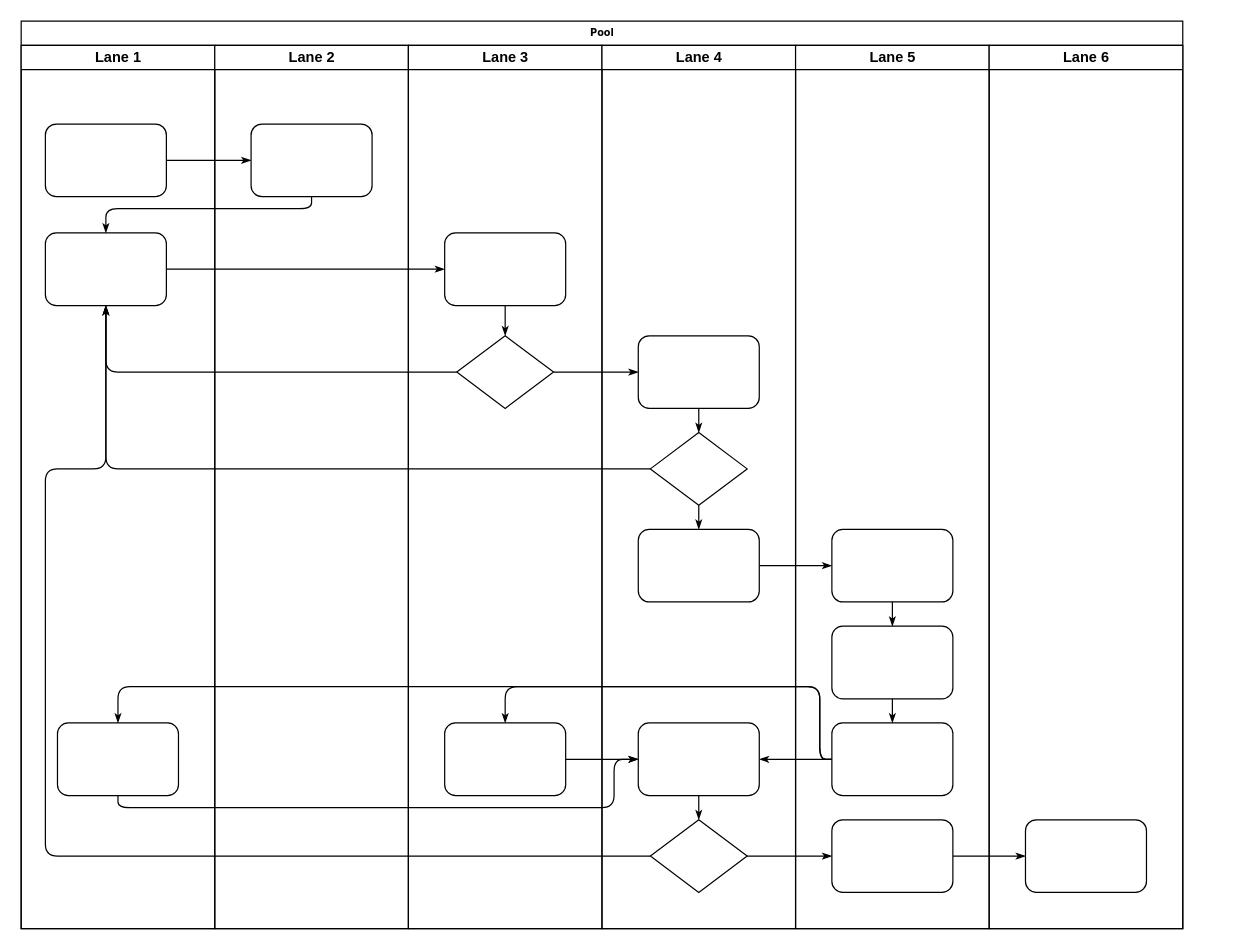
The draw.io diagram 未命名绘图.drawio in outhsics/blog, before the edit. Source tidied: cells renumbered, new cells numbered last; positions are measured from the earlier drawing's top-left corner, leaving out a move shared by most shapes. Both pictures are drawn from the tidied source at 121%, with x=0, y=0 at pixel (21, 21).
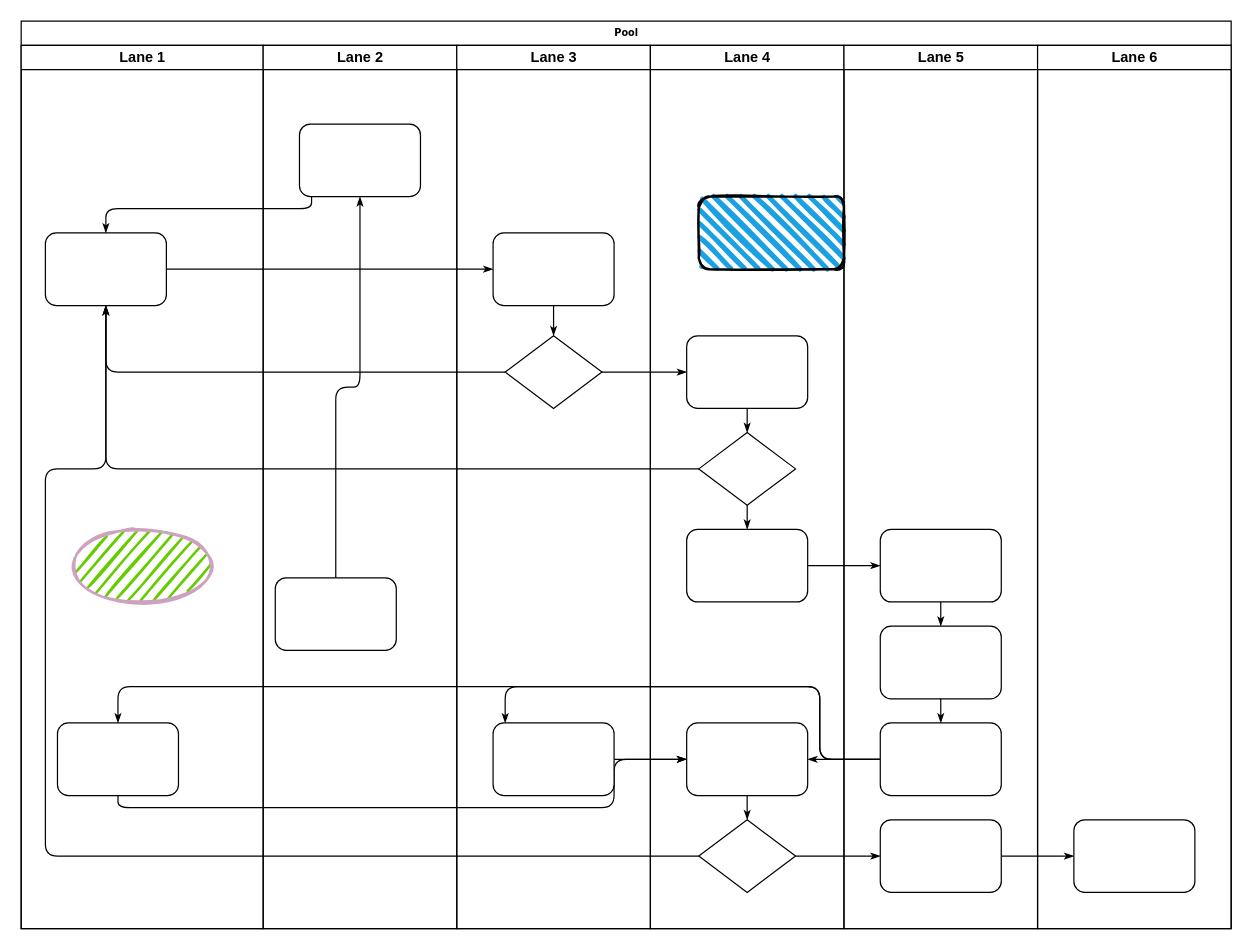
Above is the later version.

Commit message:
更新未命名绘图.drawio

The change refers to these unchanged cells:
```xml
<mxCell id="23" style="rounded=1;whiteSpace=wrap;html=1;shadow=0;labelBackgroundColor=none;strokeWidth=1;fontFamily=Verdana;fontSize=8;align=center;" parent="22" vertex="1">
  <mxGeometry x="30" y="65" width="100" height="60" as="geometry" />
</mxCell>
```

Diff of the diagram source:
```diff
@@
     <mxCell id="2" value="Pool" style="swimlane;html=1;startSize=20;rounded=0;shadow=0;labelBackgroundColor=none;strokeWidth=1;fontFamily=Verdana;fontSize=8;align=center;" parent="1" vertex="1">
-      <mxGeometry width="960" height="750" as="geometry" />
+      <mxGeometry width="1000" height="750" as="geometry" />
     </mxCell>
     <mxCell id="3" value="Lane 1" style="swimlane;html=1;startSize=20;" parent="2" vertex="1">
-      <mxGeometry y="20" width="160" height="730" as="geometry" />
+      <mxGeometry y="20" width="200" height="730" as="geometry" />
     </mxCell>
-    <mxCell id="4" style="rounded=1;whiteSpace=wrap;html=1;shadow=0;labelBackgroundColor=none;strokeWidth=1;fontFamily=Verdana;fontSize=8;align=center;" parent="3" vertex="1">
-      <mxGeometry x="20" y="65" width="100" height="60" as="geometry" />
-    </mxCell>
@@
-    <mxCell id="7" style="edgeStyle=orthogonalEdgeStyle;rounded=1;html=1;labelBackgroundColor=none;startArrow=none;startFill=0;startSize=5;endArrow=classicThin;endFill=1;endSize=5;jettySize=auto;strokeWidth=1;fontFamily=Verdana;fontSize=8;" parent="2" edge="1" source="4" target="23">
-      <mxGeometry relative="1" as="geometry" />
-    </mxCell>
+    <mxCell id="47" style="ellipse;whiteSpace=wrap;html=1;strokeWidth=2;fillWeight=2;hachureGap=8;fillColor=#66CC00;fillStyle=dots;sketch=1;strokeColor=#CDA2BE;" parent="3" vertex="1">
+      <mxGeometry x="40" y="400" width="120" height="60" as="geometry" />
+    </mxCell>
@@
     <mxCell id="22" value="Lane 2" style="swimlane;html=1;startSize=20;" parent="2" vertex="1">
-      <mxGeometry x="160" y="20" width="160" height="730" as="geometry" />
+      <mxGeometry x="200" y="20" width="160" height="730" as="geometry" />
     </mxCell>
@@
+    <mxCell id="4" style="rounded=1;whiteSpace=wrap;html=1;shadow=0;labelBackgroundColor=none;strokeWidth=1;fontFamily=Verdana;fontSize=8;align=center;" parent="22" vertex="1">
+      <mxGeometry x="10" y="440" width="100" height="60" as="geometry" />
+    </mxCell>
+    <mxCell id="7" style="edgeStyle=orthogonalEdgeStyle;rounded=1;html=1;labelBackgroundColor=none;startArrow=none;startFill=0;startSize=5;endArrow=classicThin;endFill=1;endSize=5;jettySize=auto;strokeWidth=1;fontFamily=Verdana;fontSize=8;" parent="22" edge="1" source="4" target="23">
+      <mxGeometry relative="1" as="geometry" />
+    </mxCell>
     <mxCell id="24" value="Lane 3" style="swimlane;html=1;startSize=20;" parent="2" vertex="1">
-      <mxGeometry x="320" y="20" width="160" height="730" as="geometry" />
+      <mxGeometry x="360" y="20" width="160" height="730" as="geometry" />
     </mxCell>
@@
     <mxCell id="29" value="Lane 4" style="swimlane;html=1;startSize=20;" parent="2" vertex="1">
-      <mxGeometry x="480" y="20" width="160" height="730" as="geometry" />
+      <mxGeometry x="520" y="20" width="160" height="730" as="geometry" />
     </mxCell>
@@
+    <mxCell id="48" style="rounded=1;whiteSpace=wrap;html=1;strokeWidth=2;fillWeight=4;hachureGap=8;hachureAngle=45;fillColor=#1ba1e2;sketch=1;" parent="29" vertex="1">
+      <mxGeometry x="40" y="125" width="120" height="60" as="geometry" />
+    </mxCell>
     <mxCell id="38" value="Lane 5" style="swimlane;html=1;startSize=20;" parent="2" vertex="1">
-      <mxGeometry x="640" y="20" width="160" height="730" as="geometry" />
+      <mxGeometry x="680" y="20" width="160" height="730" as="geometry" />
     </mxCell>
@@
     <mxCell id="45" value="Lane 6" style="swimlane;html=1;startSize=20;" parent="2" vertex="1">
-      <mxGeometry x="800" y="20" width="160" height="730" as="geometry" />
+      <mxGeometry x="840" y="20" width="160" height="730" as="geometry" />
     </mxCell>
```
